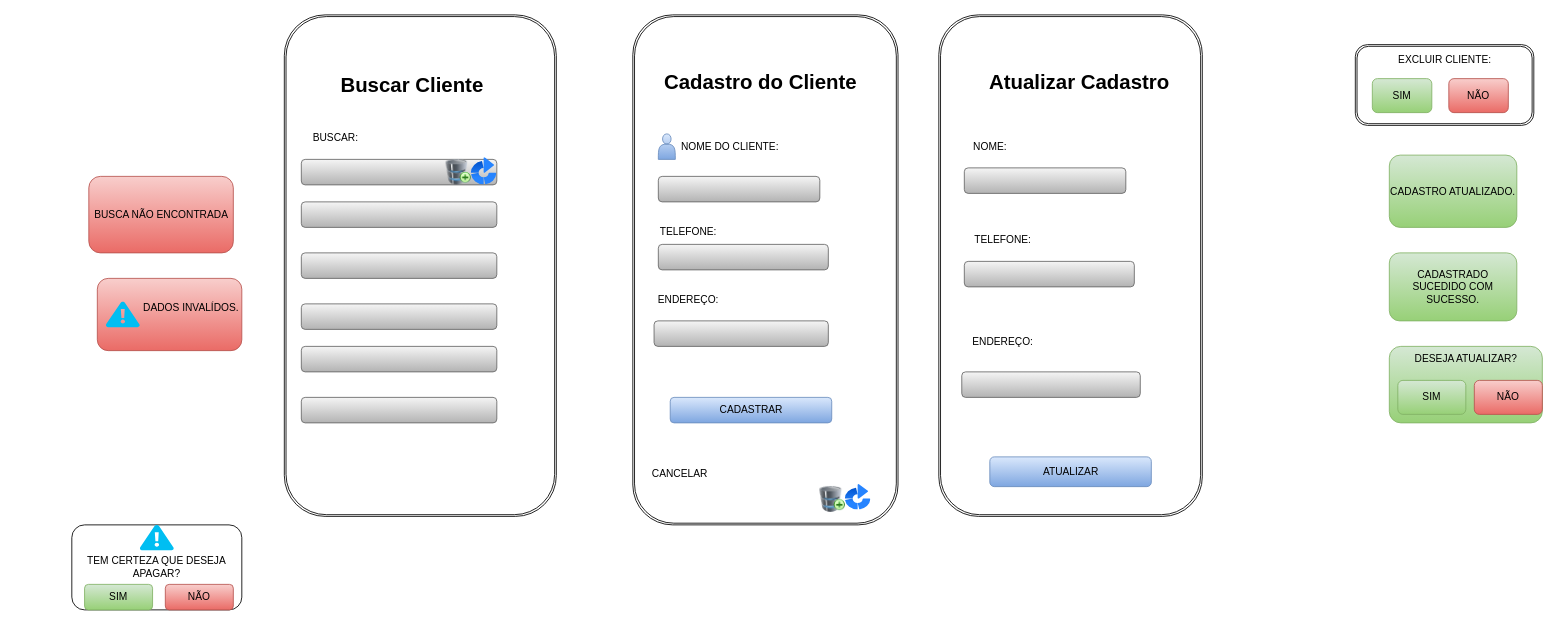
The draw.io diagram page "Página-1" (1 of 6) of doc/telas.drawio in pati573022/avatarapp, before the edit. Source tidied: cells renumbered, new cells numbered last; positions are measured from the earlier drawing's top-left corner, leaving out a move shared by most shapes. Both pictures are drawn from the tidied source at 85%, with x=0, y=0 at pixel (20, 14).
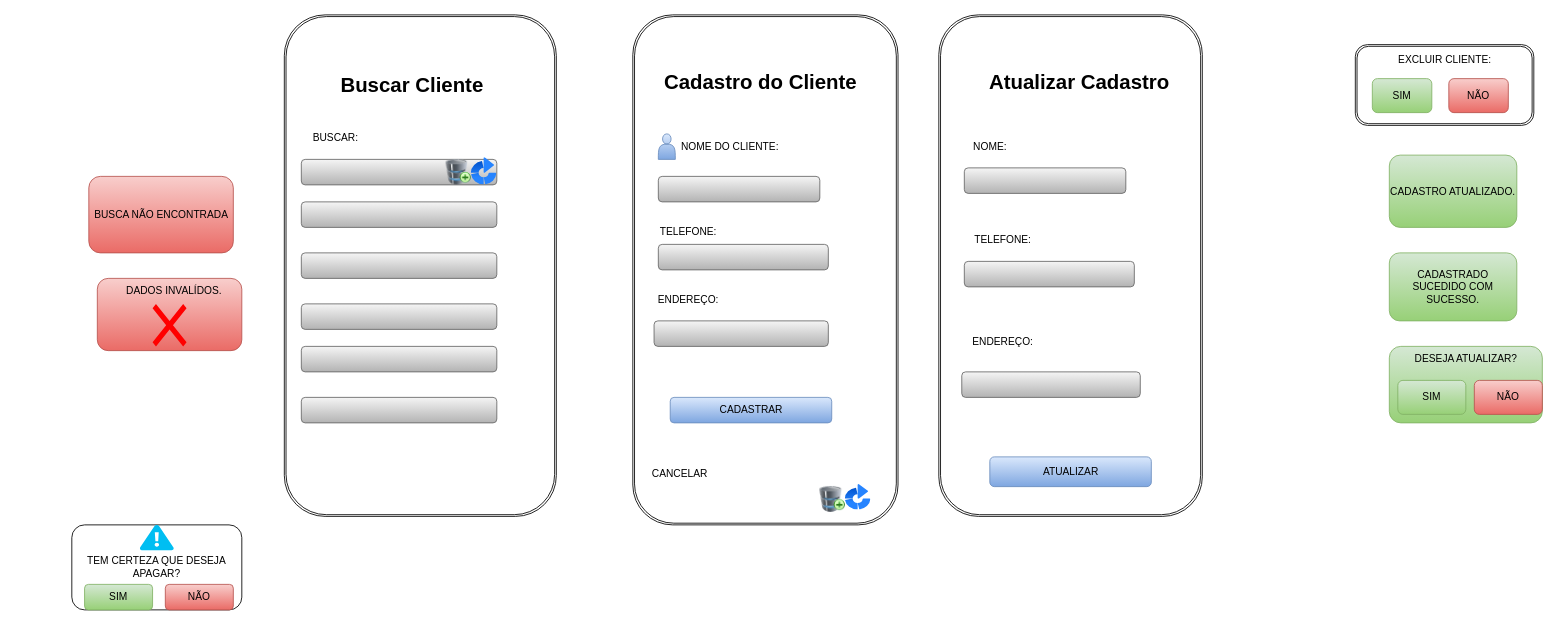
After the change.

The edit, as a diff of the source:
```diff
@@
-    <mxCell id="53" style="verticalLabelPosition=bottom;html=1;verticalAlign=top;align=center;strokeColor=none;fillColor=#00BEF2;shape=mxgraph.azure.azure_alert;" parent="1" vertex="1">
-      <mxGeometry x="100" y="337.5" width="40" height="30" as="geometry" />
-    </mxCell>
     <mxCell id="54" value="DADOS INVALÍDOS." style="text;html=1;align=center;verticalAlign=middle;strokeColor=none;fillColor=none;" parent="1" vertex="1">
-      <mxGeometry x="130" y="330" width="140" height="30" as="geometry" />
+      <mxGeometry x="110" y="310" width="140" height="30" as="geometry" />
     </mxCell>
@@
+    <mxCell id="60" style="shape=mxgraph.mockup.markup.redX;fillColor=#ff0000;html=1;shadow=0;whiteSpace=wrap;strokeColor=none;" parent="1" vertex="1">
+      <mxGeometry x="155" y="340" width="40" height="50" as="geometry" />
+    </mxCell>
```
